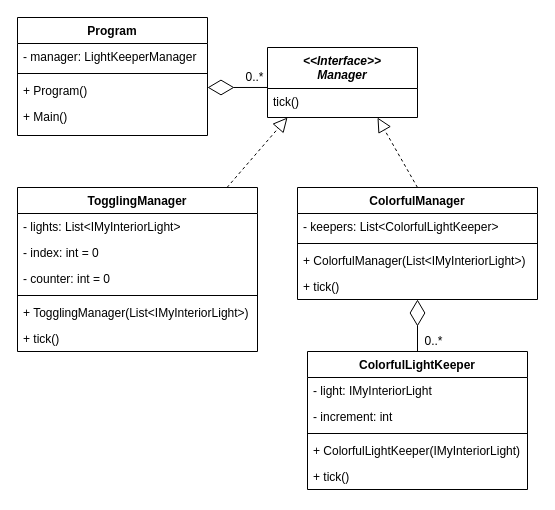
maxosprojects/se-scripting keeps this draw.io diagram as diagrams/08-uml-multi-manager.drawio. Above is the earlier version. Source tidied: cells renumbered, new cells numbered last; positions are measured from the earlier drawing's top-left corner, leaving out a move shared by most shapes. Both pictures are drawn from the tidied source at 100%, with x=0, y=0 at pixel (17, 17).
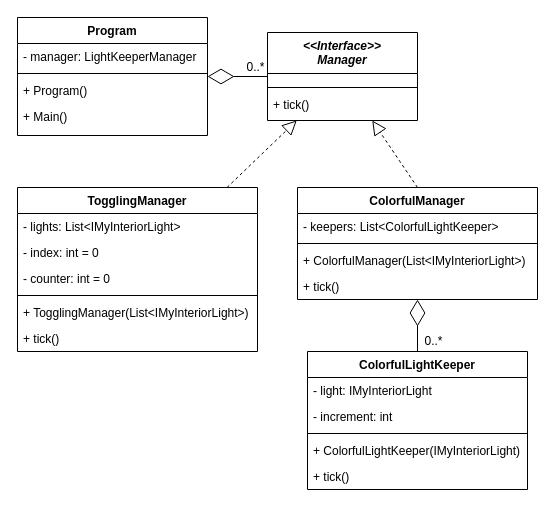
The same diagram, later.

Unchanged cells that the change refers to:
```xml
<mxCell id="2" value="ColorfulManager" style="swimlane;fontStyle=1;align=center;verticalAlign=top;horizontal=1;startSize=26;labelBackgroundColor=none;fillColor=none;" parent="1" vertex="1">
  <mxGeometry x="280" y="170" width="240" height="112" as="geometry" />
</mxCell>
<mxCell id="15" value="Program" style="swimlane;fontStyle=1;align=center;verticalAlign=top;horizontal=1;startSize=26;labelBackgroundColor=none;fillColor=none;" parent="1" vertex="1">
  <mxGeometry width="190" height="118" as="geometry" />
</mxCell>
<mxCell id="24" value="TogglingManager" style="swimlane;fontStyle=1;align=center;verticalAlign=top;horizontal=1;startSize=26;labelBackgroundColor=none;fillColor=none;" parent="1" vertex="1">
  <mxGeometry y="170" width="240" height="164" as="geometry" />
</mxCell>
```

Diff of the diagram source:
```diff
@@
     <mxCell id="20" value="&lt;&lt;Interface&gt;&gt;&#10;Manager" style="swimlane;fontStyle=3;align=center;verticalAlign=top;horizontal=1;startSize=41;labelBackgroundColor=none;fillColor=none;" parent="1" vertex="1">
-      <mxGeometry x="250" y="30" width="150" height="70" as="geometry" />
+      <mxGeometry x="250" y="15" width="150" height="88" as="geometry" />
     </mxCell>
+    <mxCell id="33" value=" " style="text;strokeColor=none;fillColor=none;align=left;verticalAlign=top;spacingLeft=4;spacingRight=4;overflow=hidden;" parent="20" vertex="1">
+      <mxGeometry y="41" width="150" height="10" as="geometry" />
+    </mxCell>
+    <mxCell id="34" style="line;strokeWidth=1;fillColor=none;align=left;verticalAlign=middle;spacingTop=-1;spacingLeft=3;spacingRight=3;labelPosition=right;" parent="20" vertex="1">
+      <mxGeometry y="51" width="150" height="8" as="geometry" />
+    </mxCell>
-    <mxCell id="21" value="tick()" style="text;strokeColor=none;fillColor=none;align=left;verticalAlign=top;spacingLeft=4;spacingRight=4;overflow=hidden;" parent="20" vertex="1">
-      <mxGeometry y="41" width="150" height="29" as="geometry" />
+    <mxCell id="21" value="+ tick()" style="text;strokeColor=none;fillColor=none;align=left;verticalAlign=top;spacingLeft=4;spacingRight=4;overflow=hidden;" parent="20" vertex="1">
+      <mxGeometry y="59" width="150" height="29" as="geometry" />
     </mxCell>
-    <mxCell id="22" style="endArrow=diamondThin;endFill=0;endSize=24;html=1;rounded=1;exitX=-0.003;exitY=0.571;exitDx=0;exitDy=0;exitPerimeter=0;" parent="1" edge="1" source="20">
-      <mxGeometry relative="1" as="geometry">
-        <mxPoint x="190" y="70" as="targetPoint" />
-      </mxGeometry>
+    <mxCell id="22" style="endArrow=diamondThin;endFill=0;endSize=24;html=1;rounded=1;" parent="1" edge="1" source="20" target="15">
+      <mxGeometry relative="1" as="geometry" />
     </mxCell>
@@
-    <mxCell id="31" style="endArrow=block;dashed=1;endFill=0;endSize=12;html=1;exitX=0.5;exitY=0;exitDx=0;exitDy=0;" parent="1" edge="1" source="2">
-      <mxGeometry relative="1" as="geometry">
-        <mxPoint x="360" y="100" as="targetPoint" />
-      </mxGeometry>
+    <mxCell id="31" style="endArrow=block;dashed=1;endFill=0;endSize=12;html=1;exitX=0.5;exitY=0;exitDx=0;exitDy=0;" parent="1" edge="1" source="2" target="20">
+      <mxGeometry relative="1" as="geometry" />
     </mxCell>
-    <mxCell id="32" style="endArrow=block;dashed=1;endFill=0;endSize=12;html=1;exitX=0.873;exitY=0;exitDx=0;exitDy=0;exitPerimeter=0;" parent="1" edge="1" source="24">
-      <mxGeometry relative="1" as="geometry">
-        <mxPoint x="270" y="100" as="targetPoint" />
-      </mxGeometry>
+    <mxCell id="32" style="endArrow=block;dashed=1;endFill=0;endSize=12;html=1;exitX=0.873;exitY=0;exitDx=0;exitDy=0;exitPerimeter=0;" parent="1" edge="1" source="24" target="20">
+      <mxGeometry relative="1" as="geometry" />
     </mxCell>
```
